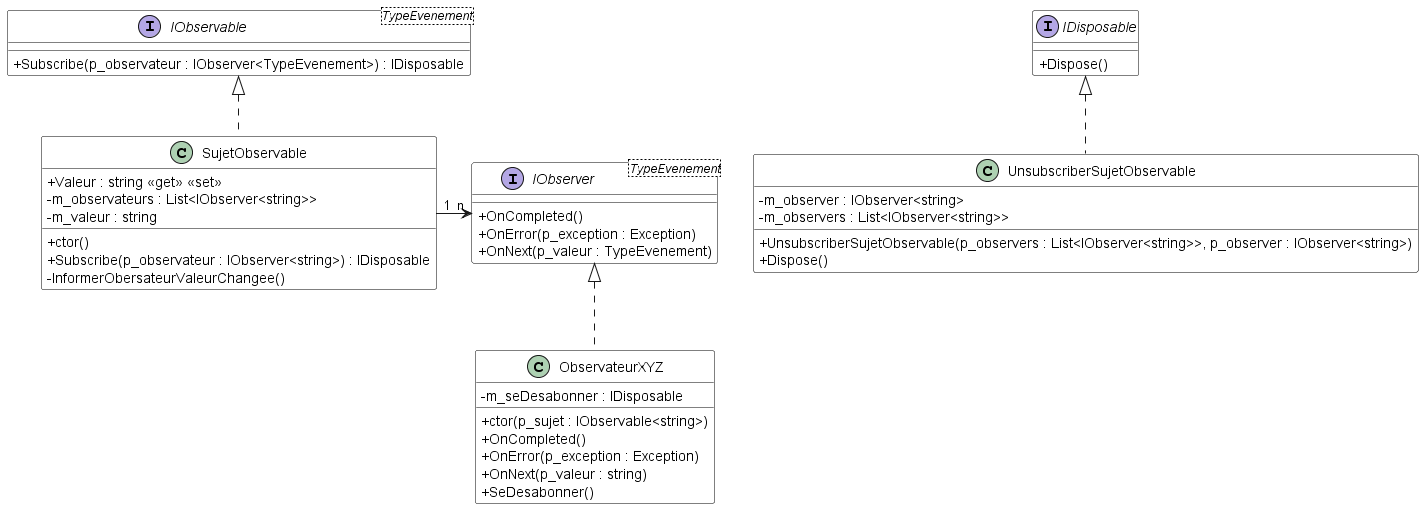
The PlantUML diagram images/Module10_Patrons_Conception02/diag/DiagCours/DiagDTO.png in PiFou86/420-W30-SF, before a commit.
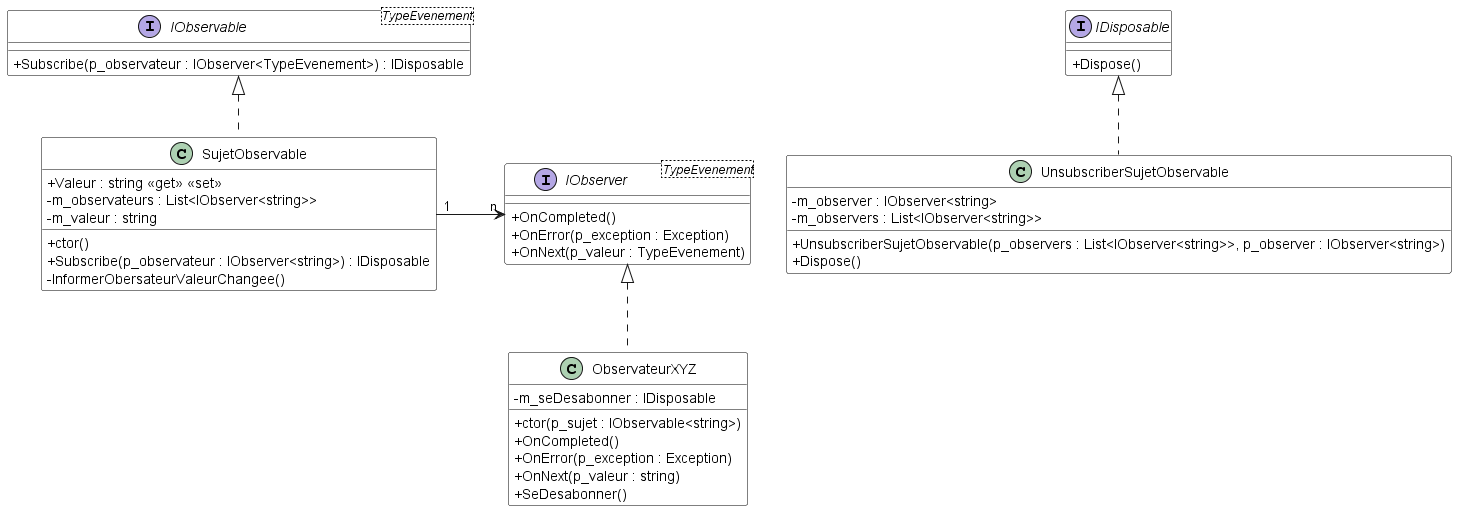
The same diagram one commit later.

What changed in the source:
```diff
@@ -45,7 +45,7 @@
     + Dispose()
 }
 
-SujetObservable "1" -right-> "n" IObserver
+SujetObservable "1" -right-> "n" IObserver : \t
 IObserver <|.. ObservateurXYZ
 IDisposable <|.. UnsubscriberSujetObservable
 IObservable <|.. SujetObservable
```
